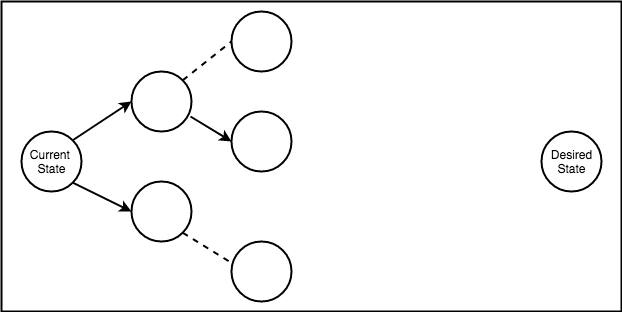
Before: project-management/temporal-graphs-and-constructing-your-own-reality/static/exploration.png, a diagram exported from draw.io (dm03514/blog). Source tidied: cells renumbered, new cells last; positions are measured from the earlier drawing's top-left corner, leaving out a move shared by most shapes.
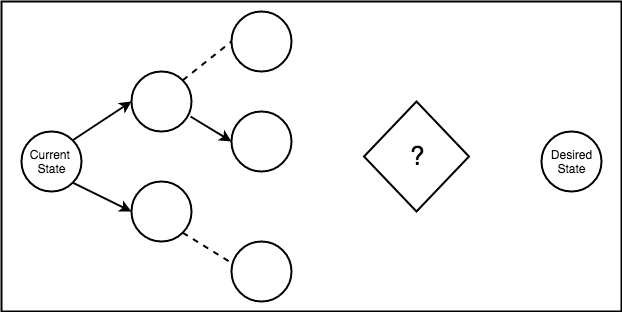
The same diagram one commit later.

The edit, as a diff of the source:
```diff
@@ -41,5 +41,8 @@
     <mxCell id="14" style="endArrow=none;dashed=1;html=1;exitX=1;exitY=0;exitDx=0;exitDy=0;entryX=0;entryY=0.5;entryDx=0;entryDy=0;strokeWidth=2;" parent="1" edge="1" source="5" target="12">
       <mxGeometry relative="1" as="geometry" />
     </mxCell>
+    <mxCell id="15" value="&lt;font style=&quot;font-size: 26px&quot;&gt;?&lt;/font&gt;" style="rhombus;whiteSpace=wrap;html=1;strokeWidth=2;" parent="1" vertex="1">
+      <mxGeometry x="362.5" y="100" width="105" height="110" as="geometry" />
+    </mxCell>
   </root>
 </mxGraphModel>
```
